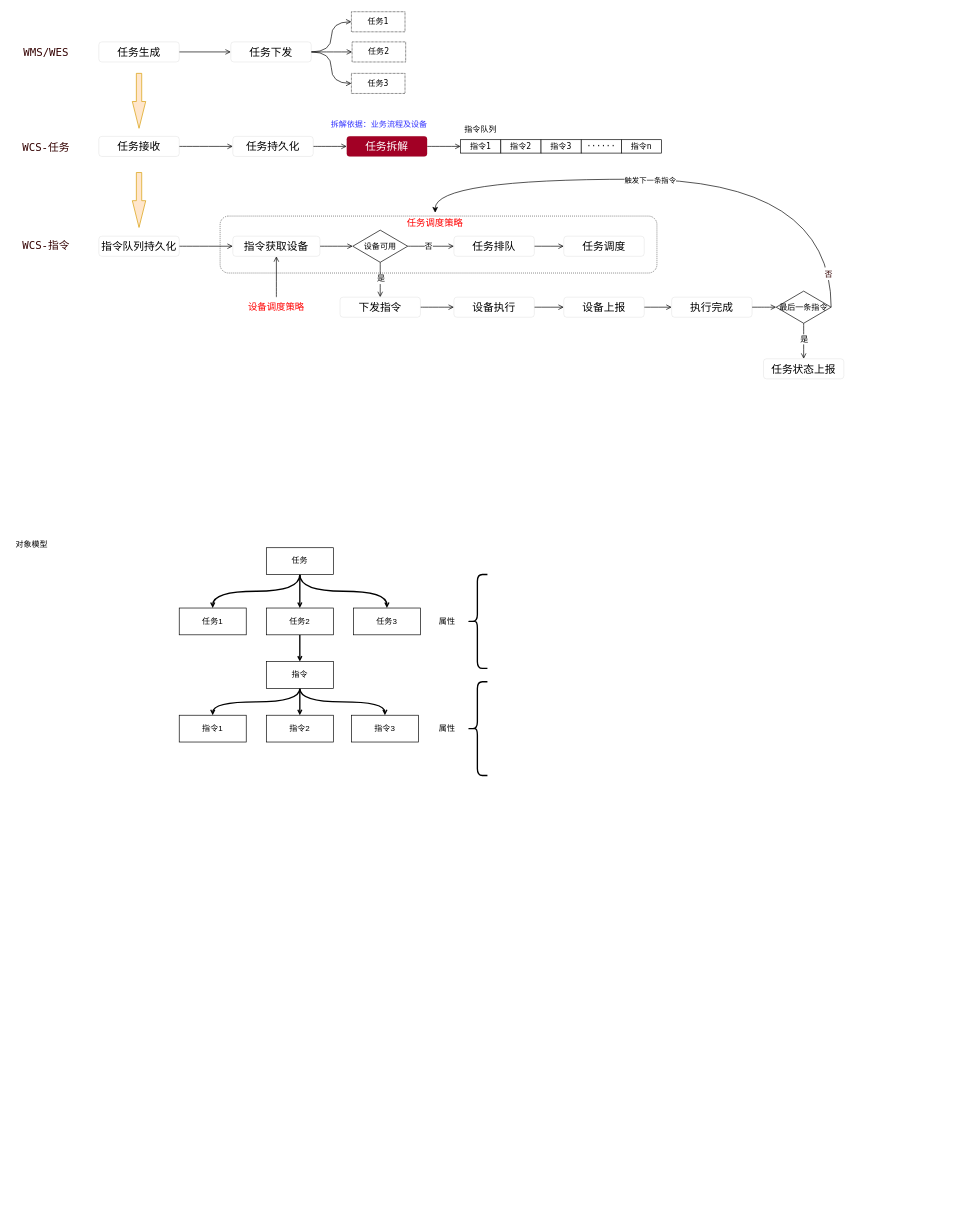
Above: wcs核心流程.drawio in xingly/draw.io (draw.io), before the change. Source tidied: cells renumbered, new cells numbered last; positions are measured from the earlier drawing's top-left corner, leaving out a move shared by most shapes. Both pictures are drawn from the tidied source at 67%, with x=0, y=0 at pixel (11, 11). Pictures stored in the file or linked from it are replaced by grey dashed boxes.
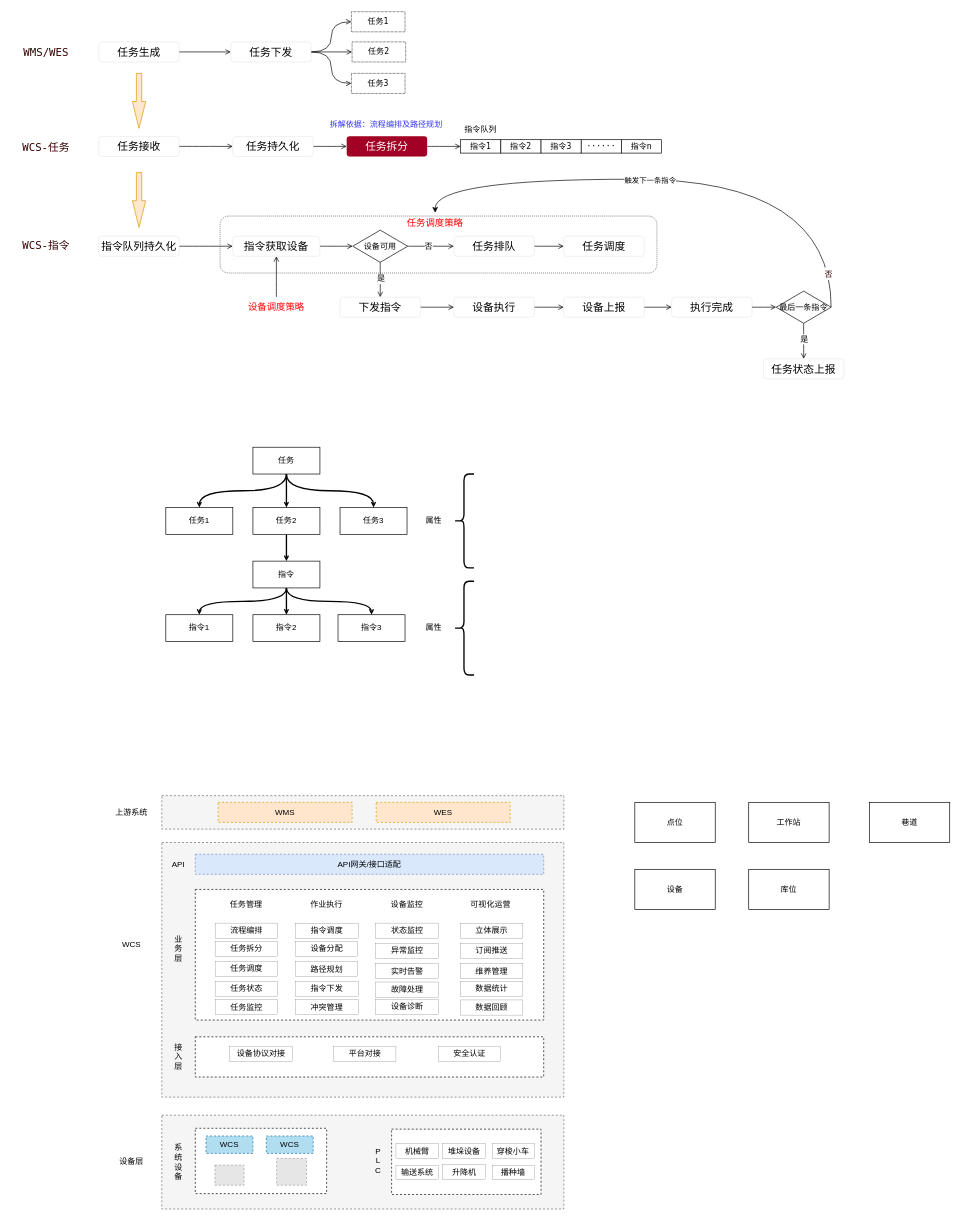
Above is the later version.

Commit message:
更新wcs核心流程.drawio

The edit, as a diff of the source:
```diff
@@
-    <mxCell id="17" value="&lt;font style=&quot;font-size: 16px;&quot;&gt;任务拆解&lt;/font&gt;" style="rounded=1;whiteSpace=wrap;html=1;verticalAlign=middle;strokeWidth=0;fontFamily=Lucida Console;fillColor=#a20025;strokeColor=#6F0000;fontColor=#ffffff;" parent="1" vertex="1">
+    <mxCell id="17" value="&lt;font style=&quot;font-size: 16px;&quot;&gt;任务拆分&lt;/font&gt;" style="rounded=1;whiteSpace=wrap;html=1;verticalAlign=middle;strokeWidth=0;fontFamily=Lucida Console;fillColor=#a20025;strokeColor=#6F0000;fontColor=#ffffff;" parent="1" vertex="1">
       <mxGeometry x="500" y="186" width="120" height="30" as="geometry" />
     </mxCell>
@@
-    <mxCell id="51" value="&lt;font color=&quot;#3333ff&quot; style=&quot;font-size: 12px;&quot;&gt;拆解依据：业务流程及设备&lt;/font&gt;" style="rounded=1;whiteSpace=wrap;html=1;verticalAlign=middle;strokeWidth=1;fontFamily=Lucida Console;dashed=1;strokeColor=none;" parent="1" vertex="1">
-      <mxGeometry x="472.5" y="154" width="151" height="29" as="geometry" />
+    <mxCell id="51" value="&lt;font color=&quot;#3333ff&quot; style=&quot;font-size: 12px;&quot;&gt;拆解依据：流程编排及路径规划&lt;/font&gt;" style="rounded=1;whiteSpace=wrap;html=1;verticalAlign=middle;strokeWidth=1;fontFamily=Lucida Console;dashed=1;strokeColor=none;" parent="1" vertex="1">
+      <mxGeometry x="470" y="156" width="177.5" height="26" as="geometry" />
     </mxCell>
@@
-    <mxCell id="60" value="对象模型" style="text;html=1;strokeColor=none;fillColor=none;align=center;verticalAlign=middle;whiteSpace=wrap;rounded=0;" parent="1" vertex="1">
-      <mxGeometry y="780" width="60" height="30" as="geometry" />
-    </mxCell>
@@
     <mxCell id="64" value="任务" style="rounded=0;whiteSpace=wrap;html=1;" parent="1" vertex="1">
-      <mxGeometry x="380" y="800" width="100" height="40" as="geometry" />
+      <mxGeometry x="360" y="650" width="100" height="40" as="geometry" />
     </mxCell>
     <mxCell id="65" value="任务1" style="rounded=0;whiteSpace=wrap;html=1;" parent="1" vertex="1">
-      <mxGeometry x="250" y="890" width="100" height="40" as="geometry" />
+      <mxGeometry x="230" y="740" width="100" height="40" as="geometry" />
     </mxCell>
@@
     <mxCell id="67" value="任务2" style="rounded=0;whiteSpace=wrap;html=1;" parent="1" vertex="1">
-      <mxGeometry x="380" y="890" width="100" height="40" as="geometry" />
+      <mxGeometry x="360" y="740" width="100" height="40" as="geometry" />
     </mxCell>
     <mxCell id="68" value="任务3" style="rounded=0;whiteSpace=wrap;html=1;" parent="1" vertex="1">
-      <mxGeometry x="510" y="890" width="100" height="40" as="geometry" />
+      <mxGeometry x="490" y="740" width="100" height="40" as="geometry" />
     </mxCell>
@@
     <mxCell id="72" value="指令" style="rounded=0;whiteSpace=wrap;html=1;" parent="1" vertex="1">
-      <mxGeometry x="380" y="970" width="100" height="40" as="geometry" />
+      <mxGeometry x="360" y="820" width="100" height="40" as="geometry" />
     </mxCell>
     <mxCell id="73" value="指令2" style="rounded=0;whiteSpace=wrap;html=1;" parent="1" vertex="1">
-      <mxGeometry x="380" y="1050" width="100" height="40" as="geometry" />
+      <mxGeometry x="360" y="900" width="100" height="40" as="geometry" />
     </mxCell>
     <mxCell id="74" value="指令3" style="rounded=0;whiteSpace=wrap;html=1;" parent="1" vertex="1">
-      <mxGeometry x="507" y="1050" width="100" height="40" as="geometry" />
+      <mxGeometry x="487" y="900" width="100" height="40" as="geometry" />
     </mxCell>
     <mxCell id="75" value="指令1" style="rounded=0;whiteSpace=wrap;html=1;" parent="1" vertex="1">
-      <mxGeometry x="250" y="1050" width="100" height="40" as="geometry" />
+      <mxGeometry x="230" y="900" width="100" height="40" as="geometry" />
     </mxCell>
     <mxCell id="76" style="shape=curlyBracket;whiteSpace=wrap;html=1;rounded=1;labelPosition=left;verticalLabelPosition=middle;align=right;verticalAlign=middle;strokeWidth=2;" parent="1" vertex="1">
-      <mxGeometry x="680" y="840" width="30" height="140" as="geometry" />
+      <mxGeometry x="660" y="690" width="30" height="140" as="geometry" />
     </mxCell>
     <mxCell id="77" value="属性" style="text;html=1;strokeColor=none;fillColor=none;align=center;verticalAlign=middle;whiteSpace=wrap;rounded=0;strokeWidth=2;" parent="1" vertex="1">
-      <mxGeometry x="620" y="895" width="60" height="30" as="geometry" />
+      <mxGeometry x="600" y="745" width="60" height="30" as="geometry" />
     </mxCell>
     <mxCell id="78" style="shape=curlyBracket;whiteSpace=wrap;html=1;rounded=1;labelPosition=left;verticalLabelPosition=middle;align=right;verticalAlign=middle;strokeWidth=2;" parent="1" vertex="1">
-      <mxGeometry x="680" y="1000" width="30" height="140" as="geometry" />
+      <mxGeometry x="660" y="850" width="30" height="140" as="geometry" />
     </mxCell>
     <mxCell id="79" value="属性" style="text;html=1;strokeColor=none;fillColor=none;align=center;verticalAlign=middle;whiteSpace=wrap;rounded=0;strokeWidth=2;" parent="1" vertex="1">
-      <mxGeometry x="620" y="1055" width="60" height="30" as="geometry" />
+      <mxGeometry x="600" y="905" width="60" height="30" as="geometry" />
     </mxCell>
+    <mxCell id="80" style="rounded=0;whiteSpace=wrap;html=1;dashed=1;fillColor=#f5f5f5;fontColor=#333333;strokeColor=#666666;" parent="1" vertex="1">
+      <mxGeometry x="224" y="1240" width="600" height="380" as="geometry" />
+    </mxCell>
+    <mxCell id="81" style="rounded=0;whiteSpace=wrap;html=1;dashed=1;fillColor=#f5f5f5;fontColor=#333333;strokeColor=#666666;" parent="1" vertex="1">
+      <mxGeometry x="224" y="1170" width="600" height="50" as="geometry" />
+    </mxCell>
+    <mxCell id="82" value="API网关/接口适配" style="rounded=0;whiteSpace=wrap;html=1;dashed=1;strokeColor=#6c8ebf;fillColor=#dae8fc;" parent="1" vertex="1">
+      <mxGeometry x="274" y="1257.5" width="520" height="30" as="geometry" />
+    </mxCell>
+    <mxCell id="83" style="rounded=0;whiteSpace=wrap;html=1;dashed=1;" parent="1" vertex="1">
+      <mxGeometry x="274" y="1310" width="520" height="195" as="geometry" />
+    </mxCell>
+    <mxCell id="84" value="WMS" style="rounded=0;whiteSpace=wrap;html=1;dashed=1;fillColor=#ffe6cc;strokeColor=#d79b00;" parent="1" vertex="1">
+      <mxGeometry x="308" y="1180" width="200" height="30" as="geometry" />
+    </mxCell>
+    <mxCell id="85" value="WES" style="rounded=0;whiteSpace=wrap;html=1;dashed=1;fillColor=#ffe6cc;strokeColor=#d79b00;" parent="1" vertex="1">
+      <mxGeometry x="544" y="1180" width="200" height="30" as="geometry" />
+    </mxCell>
+    <mxCell id="86" value="上游系统" style="text;html=1;strokeColor=none;fillColor=none;align=center;verticalAlign=middle;whiteSpace=wrap;rounded=0;dashed=1;" parent="1" vertex="1">
+      <mxGeometry x="144" y="1180" width="70" height="30" as="geometry" />
+    </mxCell>
+    <mxCell id="87" value="业&lt;br&gt;务&lt;br&gt;层" style="text;html=1;strokeColor=none;fillColor=none;align=center;verticalAlign=middle;whiteSpace=wrap;rounded=0;dashed=1;" parent="1" vertex="1">
+      <mxGeometry x="234" y="1366.5" width="30" height="64" as="geometry" />
+    </mxCell>
+    <mxCell id="88" style="rounded=0;whiteSpace=wrap;html=1;dashed=1;" parent="1" vertex="1">
+      <mxGeometry x="274" y="1530" width="520" height="60" as="geometry" />
+    </mxCell>
+    <mxCell id="89" value="接&lt;br&gt;入&lt;br&gt;层" style="text;html=1;strokeColor=none;fillColor=none;align=center;verticalAlign=middle;whiteSpace=wrap;rounded=0;dashed=1;" parent="1" vertex="1">
+      <mxGeometry x="234" y="1525" width="30" height="70" as="geometry" />
+    </mxCell>
+    <mxCell id="90" style="rounded=0;whiteSpace=wrap;html=1;dashed=1;fillColor=#f5f5f5;fontColor=#333333;strokeColor=#666666;" parent="1" vertex="1">
+      <mxGeometry x="224" y="1647" width="600" height="140" as="geometry" />
+    </mxCell>
+    <mxCell id="91" value="设备层" style="text;html=1;strokeColor=none;fillColor=none;align=center;verticalAlign=middle;whiteSpace=wrap;rounded=0;dashed=1;" parent="1" vertex="1">
+      <mxGeometry x="150.2" y="1704.5" width="57.5" height="25" as="geometry" />
+    </mxCell>
+    <mxCell id="92" value="任务管理" style="text;html=1;strokeColor=none;fillColor=none;align=center;verticalAlign=middle;whiteSpace=wrap;rounded=0;dashed=1;" parent="1" vertex="1">
+      <mxGeometry x="320" y="1317.5" width="60" height="30" as="geometry" />
+    </mxCell>
+    <mxCell id="93" value="作业执行" style="text;html=1;strokeColor=none;fillColor=none;align=center;verticalAlign=middle;whiteSpace=wrap;rounded=0;dashed=1;" parent="1" vertex="1">
+      <mxGeometry x="440" y="1317.5" width="60" height="30" as="geometry" />
+    </mxCell>
+    <mxCell id="94" value="WCS" style="text;html=1;strokeColor=none;fillColor=none;align=center;verticalAlign=middle;whiteSpace=wrap;rounded=0;dashed=1;" parent="1" vertex="1">
+      <mxGeometry x="144" y="1377.2" width="70" height="30" as="geometry" />
+    </mxCell>
+    <mxCell id="95" value="API" style="text;html=1;strokeColor=none;fillColor=none;align=center;verticalAlign=middle;whiteSpace=wrap;rounded=0;dashed=1;" parent="1" vertex="1">
+      <mxGeometry x="234" y="1250" width="30" height="45" as="geometry" />
+    </mxCell>
+    <mxCell id="96" value="流程编排" style="rounded=0;whiteSpace=wrap;html=1;strokeWidth=0.25;" parent="1" vertex="1">
+      <mxGeometry x="303.5" y="1360.2" width="93" height="22.5" as="geometry" />
+    </mxCell>
+    <mxCell id="97" value="设备监控" style="text;html=1;strokeColor=none;fillColor=none;align=center;verticalAlign=middle;whiteSpace=wrap;rounded=0;dashed=1;" parent="1" vertex="1">
+      <mxGeometry x="560" y="1317.5" width="60" height="30" as="geometry" />
+    </mxCell>
+    <mxCell id="98" value="可视化运营" style="text;html=1;strokeColor=none;fillColor=none;align=center;verticalAlign=middle;whiteSpace=wrap;rounded=0;dashed=1;" parent="1" vertex="1">
+      <mxGeometry x="680" y="1317.5" width="70" height="30" as="geometry" />
+    </mxCell>
+    <mxCell id="99" value="任务拆分" style="rounded=0;whiteSpace=wrap;html=1;strokeWidth=0.25;" parent="1" vertex="1">
+      <mxGeometry x="303.5" y="1387.2" width="93" height="22.5" as="geometry" />
+    </mxCell>
+    <mxCell id="100" value="指令调度" style="rounded=0;whiteSpace=wrap;html=1;strokeWidth=0.25;" parent="1" vertex="1">
+      <mxGeometry x="424" y="1360.5" width="93" height="22.5" as="geometry" />
+    </mxCell>
+    <mxCell id="101" value="任务调度" style="rounded=0;whiteSpace=wrap;html=1;strokeWidth=0.25;" parent="1" vertex="1">
+      <mxGeometry x="303.5" y="1417.2" width="93" height="22.5" as="geometry" />
+    </mxCell>
+    <mxCell id="102" value="设备分配" style="rounded=0;whiteSpace=wrap;html=1;strokeWidth=0.25;" parent="1" vertex="1">
+      <mxGeometry x="423.5" y="1387.5" width="93" height="22.5" as="geometry" />
+    </mxCell>
+    <mxCell id="103" value="路径规划" style="rounded=0;whiteSpace=wrap;html=1;strokeWidth=0.25;" parent="1" vertex="1">
+      <mxGeometry x="423.5" y="1417.5" width="93" height="22.5" as="geometry" />
+    </mxCell>
+    <mxCell id="104" value="状态监控" style="rounded=0;whiteSpace=wrap;html=1;strokeWidth=0.25;" parent="1" vertex="1">
+      <mxGeometry x="543.5" y="1360.2" width="93" height="22.5" as="geometry" />
+    </mxCell>
+    <mxCell id="105" value="异常监控" style="rounded=0;whiteSpace=wrap;html=1;strokeWidth=0.25;" parent="1" vertex="1">
+      <mxGeometry x="543.5" y="1391.2" width="93" height="22.5" as="geometry" />
+    </mxCell>
+    <mxCell id="106" value="任务状态" style="rounded=0;whiteSpace=wrap;html=1;strokeWidth=0.25;" parent="1" vertex="1">
+      <mxGeometry x="303.5" y="1447.2" width="93" height="22.5" as="geometry" />
+    </mxCell>
+    <mxCell id="107" value="任务监控" style="rounded=0;whiteSpace=wrap;html=1;strokeWidth=0.25;" parent="1" vertex="1">
+      <mxGeometry x="303.5" y="1474.8" width="93" height="22.5" as="geometry" />
+    </mxCell>
+    <mxCell id="108" value="指令下发" style="rounded=0;whiteSpace=wrap;html=1;strokeWidth=0.25;" parent="1" vertex="1">
+      <mxGeometry x="424" y="1447.2" width="93" height="22.5" as="geometry" />
+    </mxCell>
+    <mxCell id="109" value="冲突管理" style="rounded=0;whiteSpace=wrap;html=1;strokeWidth=0.25;" parent="1" vertex="1">
+      <mxGeometry x="424" y="1474.8" width="93" height="22.5" as="geometry" />
+    </mxCell>
+    <mxCell id="110" value="实时告警" style="rounded=0;whiteSpace=wrap;html=1;strokeWidth=0.25;" parent="1" vertex="1">
+      <mxGeometry x="543.5" y="1420.5" width="93" height="23" as="geometry" />
+    </mxCell>
+    <mxCell id="111" value="故障处理" style="rounded=0;whiteSpace=wrap;html=1;strokeWidth=0.25;" parent="1" vertex="1">
+      <mxGeometry x="543.5" y="1448.2" width="93" height="22.5" as="geometry" />
+    </mxCell>
+    <mxCell id="112" value="设备诊断" style="rounded=0;whiteSpace=wrap;html=1;strokeWidth=0.25;" parent="1" vertex="1">
+      <mxGeometry x="543.5" y="1474" width="93" height="22.5" as="geometry" />
+    </mxCell>
+    <mxCell id="113" value="立体展示" style="rounded=0;whiteSpace=wrap;html=1;strokeWidth=0.25;" parent="1" vertex="1">
+      <mxGeometry x="670" y="1360.5" width="93" height="22.5" as="geometry" />
+    </mxCell>
+    <mxCell id="114" value="订阅推送" style="rounded=0;whiteSpace=wrap;html=1;strokeWidth=0.25;" parent="1" vertex="1">
+      <mxGeometry x="670" y="1391.2" width="93" height="22.5" as="geometry" />
+    </mxCell>
+    <mxCell id="115" value="维养管理" style="rounded=0;whiteSpace=wrap;html=1;strokeWidth=0.25;" parent="1" vertex="1">
+      <mxGeometry x="670" y="1420.5" width="93" height="22.5" as="geometry" />
+    </mxCell>
+    <mxCell id="116" value="数据统计" style="rounded=0;whiteSpace=wrap;html=1;strokeWidth=0.25;" parent="1" vertex="1">
+      <mxGeometry x="670" y="1447.2" width="93" height="22.5" as="geometry" />
+    </mxCell>
+    <mxCell id="117" value="数据回顾" style="rounded=0;whiteSpace=wrap;html=1;strokeWidth=0.25;" parent="1" vertex="1">
+      <mxGeometry x="670" y="1475" width="93" height="22.5" as="geometry" />
+    </mxCell>
+    <mxCell id="118" value="点位" style="rounded=0;whiteSpace=wrap;html=1;" parent="1" vertex="1">
+      <mxGeometry x="930" y="1180" width="120" height="60" as="geometry" />
+    </mxCell>
+    <mxCell id="119" value="工作站" style="rounded=0;whiteSpace=wrap;html=1;" parent="1" vertex="1">
+      <mxGeometry x="1100" y="1180" width="120" height="60" as="geometry" />
+    </mxCell>
+    <mxCell id="120" value="设备" style="rounded=0;whiteSpace=wrap;html=1;" parent="1" vertex="1">
+      <mxGeometry x="930" y="1280" width="120" height="60" as="geometry" />
+    </mxCell>
+    <mxCell id="121" value="库位" style="rounded=0;whiteSpace=wrap;html=1;" parent="1" vertex="1">
+      <mxGeometry x="1100" y="1280" width="120" height="60" as="geometry" />
+    </mxCell>
+    <mxCell id="122" value="巷道" style="rounded=0;whiteSpace=wrap;html=1;" parent="1" vertex="1">
+      <mxGeometry x="1280" y="1180" width="120" height="60" as="geometry" />
+    </mxCell>
+    <mxCell id="123" value="设备协议对接" style="rounded=0;whiteSpace=wrap;html=1;strokeWidth=0.25;" parent="1" vertex="1">
+      <mxGeometry x="325.5" y="1543.8" width="93" height="22.5" as="geometry" />
+    </mxCell>
+    <mxCell id="124" value="安全认证" style="rounded=0;whiteSpace=wrap;html=1;strokeWidth=0.25;" parent="1" vertex="1">
+      <mxGeometry x="636.5" y="1543.8" width="93" height="22.5" as="geometry" />
+    </mxCell>
+    <mxCell id="125" value="系&lt;br&gt;统&lt;br&gt;设&lt;br&gt;备" style="text;html=1;strokeColor=none;fillColor=none;align=center;verticalAlign=middle;whiteSpace=wrap;rounded=0;" parent="1" vertex="1">
+      <mxGeometry x="236" y="1681.5" width="26" height="70" as="geometry" />
+    </mxCell>
+    <mxCell id="126" style="rounded=0;whiteSpace=wrap;html=1;dashed=1;" parent="1" vertex="1">
+      <mxGeometry x="274" y="1666.5" width="196" height="97.5" as="geometry" />
+    </mxCell>
+    <mxCell id="127" style="rounded=0;whiteSpace=wrap;html=1;dashed=1;" parent="1" vertex="1">
+      <mxGeometry x="567" y="1667.8" width="223" height="97.5" as="geometry" />
+    </mxCell>
+    <mxCell id="128" value="P&lt;br&gt;L&lt;br&gt;C" style="text;html=1;strokeColor=none;fillColor=none;align=center;verticalAlign=middle;whiteSpace=wrap;rounded=0;" parent="1" vertex="1">
+      <mxGeometry x="534" y="1680.2" width="26" height="70" as="geometry" />
+    </mxCell>
+    <mxCell id="129" value="WCS" style="rounded=0;whiteSpace=wrap;html=1;dashed=1;fillColor=#b1ddf0;strokeColor=#10739e;" parent="1" vertex="1">
+      <mxGeometry x="290" y="1678" width="70" height="26" as="geometry" />
+    </mxCell>
+    <mxCell id="130" value="WCS" style="rounded=0;whiteSpace=wrap;html=1;dashed=1;fillColor=#b1ddf0;strokeColor=#10739e;" parent="1" vertex="1">
+      <mxGeometry x="380" y="1678" width="70" height="26" as="geometry" />
+    </mxCell>
+    <mxCell id="131" style="fillColor=#E6E6E6;strokeColor=#999999;dashed=1;verticalLabelPosition=bottom;labelBackgroundColor=default;verticalAlign=top;" parent="1" vertex="1">
+      <mxGeometry x="303.3" y="1721.5" width="43.4" height="30" as="geometry" />
+    </mxCell>
+    <mxCell id="132" style="fillColor=#E6E6E6;strokeColor=#999999;dashed=1;verticalLabelPosition=bottom;labelBackgroundColor=default;verticalAlign=top;" parent="1" vertex="1">
+      <mxGeometry x="395.4" y="1711.5" width="44.6" height="40" as="geometry" />
+    </mxCell>
+    <mxCell id="133" value="机械臂" style="rounded=0;whiteSpace=wrap;html=1;strokeWidth=0.25;" parent="1" vertex="1">
+      <mxGeometry x="573.5" y="1689.5" width="63" height="22" as="geometry" />
+    </mxCell>
+    <mxCell id="134" value="输送系统" style="rounded=0;whiteSpace=wrap;html=1;strokeWidth=0.25;" parent="1" vertex="1">
+      <mxGeometry x="573.5" y="1721.5" width="63" height="22" as="geometry" />
+    </mxCell>
+    <mxCell id="135" value="堆垛设备" style="rounded=0;whiteSpace=wrap;html=1;strokeWidth=0.25;" parent="1" vertex="1">
+      <mxGeometry x="643.5" y="1689.5" width="63" height="22" as="geometry" />
+    </mxCell>
+    <mxCell id="136" value="升降机" style="rounded=0;whiteSpace=wrap;html=1;strokeWidth=0.25;" parent="1" vertex="1">
+      <mxGeometry x="643.5" y="1720.5" width="63" height="22" as="geometry" />
+    </mxCell>
+    <mxCell id="137" value="穿梭小车" style="rounded=0;whiteSpace=wrap;html=1;strokeWidth=0.25;" parent="1" vertex="1">
+      <mxGeometry x="717" y="1689.5" width="63" height="22" as="geometry" />
+    </mxCell>
+    <mxCell id="138" value="播种墙" style="rounded=0;whiteSpace=wrap;html=1;strokeWidth=0.25;" parent="1" vertex="1">
+      <mxGeometry x="717" y="1721.5" width="63" height="22" as="geometry" />
+    </mxCell>
+    <mxCell id="139" value="平台对接" style="rounded=0;whiteSpace=wrap;html=1;strokeWidth=0.25;" parent="1" vertex="1">
+      <mxGeometry x="480.5" y="1543.8" width="93" height="22.5" as="geometry" />
+    </mxCell>
```
